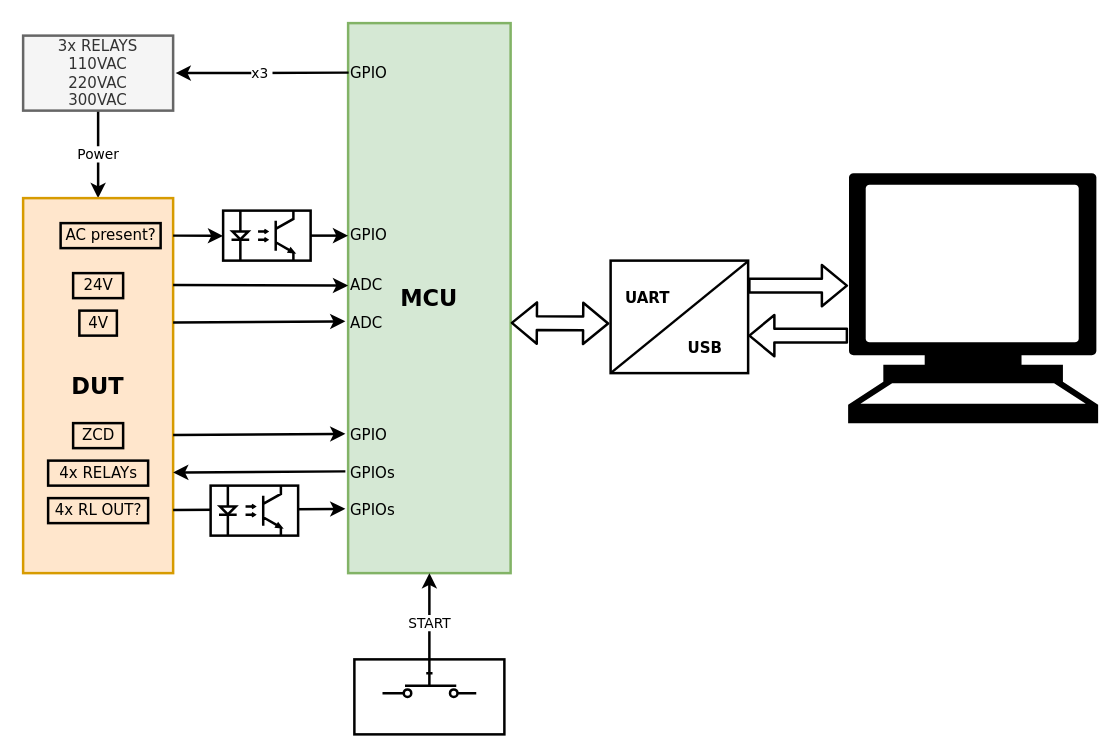
This is Copy of Detail of HW auto test tool.drawio from anhvanthe/01_my_drawio, a draw.io file, before an edit. Source tidied: cells renumbered, new cells numbered last; positions are measured from the earlier drawing's top-left corner, leaving out a move shared by most shapes. Both pictures are drawn from the tidied source at 125%, with x=0, y=0 at pixel (22, 22).
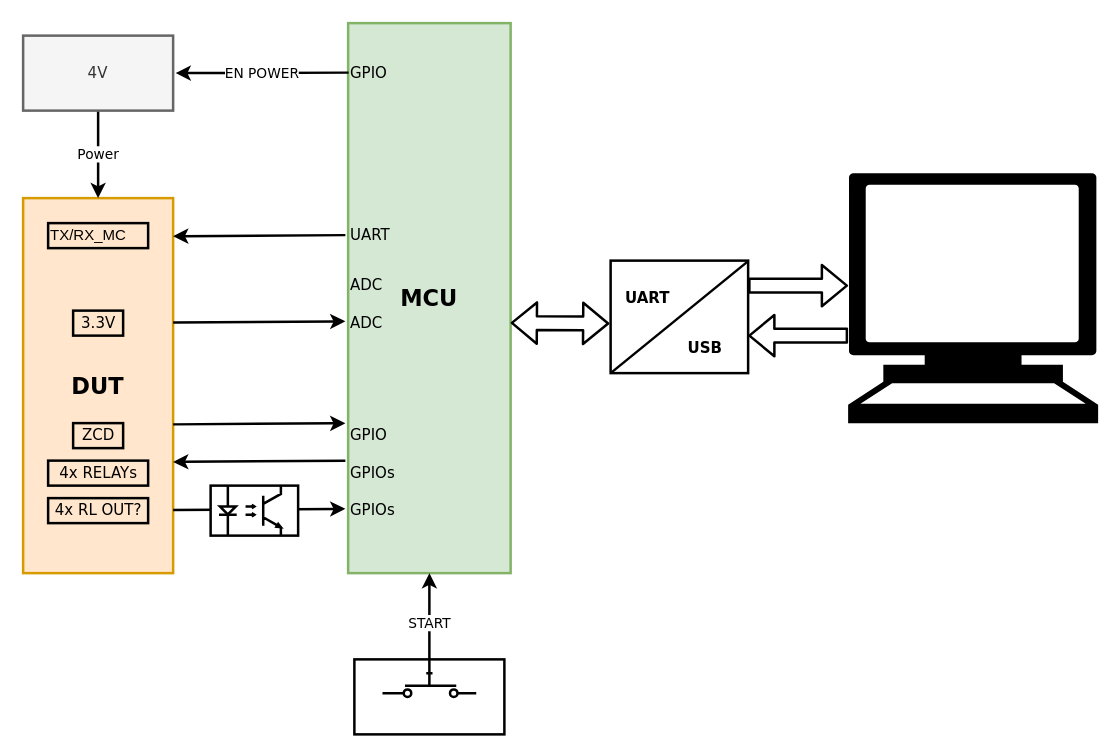
The same page after the edit.

Unchanged cells that the change refers to:
```xml
<mxCell id="3" value="&lt;font style=&quot;font-size: 18px&quot;&gt;&lt;b&gt;MCU&lt;/b&gt;&lt;/font&gt;" style="rounded=0;whiteSpace=wrap;html=1;fillColor=#d5e8d4;strokeColor=#82b366;fontFamily=Verdana;strokeWidth=2;" parent="1" vertex="1">
  <mxGeometry x="260" width="130" height="440" as="geometry" />
</mxCell>
<mxCell id="7" value="&lt;font style=&quot;font-size: 18px&quot;&gt;&lt;b&gt;DUT&lt;/b&gt;&lt;/font&gt;" style="rounded=0;whiteSpace=wrap;html=1;fillColor=#ffe6cc;strokeColor=#d79b00;fontFamily=Verdana;strokeWidth=2;" parent="1" vertex="1">
  <mxGeometry y="140" width="120" height="300" as="geometry" />
</mxCell>
<mxCell id="15" value="ADC" style="text;html=1;points=[];align=left;verticalAlign=top;spacingTop=-4;fontFamily=Verdana;strokeWidth=2;" parent="1" vertex="1">
  <mxGeometry x="260" y="200" width="40" height="20" as="geometry" />
</mxCell>
```

What changed in the source:
```diff
@@
-    <mxCell id="4" value="x3&amp;nbsp;" style="endArrow=classic;html=1;exitX=0.003;exitY=0.09;exitDx=0;exitDy=0;exitPerimeter=0;fontFamily=Verdana;strokeWidth=2;" parent="1" edge="1" source="3">
+    <mxCell id="4" value="EN POWER" style="endArrow=classic;html=1;exitX=0.003;exitY=0.09;exitDx=0;exitDy=0;exitPerimeter=0;fontFamily=Verdana;strokeWidth=2;" parent="1" edge="1" source="3">
       <mxGeometry relative="1" as="geometry">
         <mxPoint x="122" y="40" as="targetPoint" />
       </mxGeometry>
     </mxCell>
-    <mxCell id="5" value="Power" style="edgeStyle=orthogonalEdgeStyle;rounded=0;jettySize=auto;html=1;fontFamily=Verdana;strokeWidth=2;" parent="1" edge="1" source="6" target="7">
-      <mxGeometry relative="1" as="geometry" />
-    </mxCell>
-    <mxCell id="6" value="3x RELAYS&lt;br&gt;110VAC&lt;br&gt;220VAC&lt;br&gt;300VAC" style="rounded=0;whiteSpace=wrap;html=1;fillColor=#f5f5f5;strokeColor=#666666;fontColor=#333333;fontFamily=Verdana;strokeWidth=2;" parent="1" vertex="1">
-      <mxGeometry y="10" width="120" height="60" as="geometry" />
-    </mxCell>
@@
-    <mxCell id="8" value="AC present?" style="text;html=1;align=center;verticalAlign=top;spacingTop=-4;rounded=0;strokeColor=#000000;fontFamily=Verdana;strokeWidth=2;" parent="1" vertex="1">
-      <mxGeometry x="30" y="160" width="80" height="20" as="geometry" />
-    </mxCell>
-    <mxCell id="9" style="verticalLabelPosition=bottom;shadow=0;dashed=0;align=center;fillColor=#ffffff;html=1;verticalAlign=top;strokeWidth=2;shape=mxgraph.electrical.opto_electronics.opto-coupler;fontFamily=Verdana;" parent="1" vertex="1">
-      <mxGeometry x="160" y="150" width="70" height="40" as="geometry" />
-    </mxCell>
-    <mxCell id="10" style="endArrow=classic;html=1;fontFamily=Verdana;strokeWidth=2;" parent="1" edge="1" target="12">
-      <mxGeometry relative="1" as="geometry">
-        <mxPoint x="230" y="170" as="sourcePoint" />
-      </mxGeometry>
-    </mxCell>
-    <mxCell id="11" style="endArrow=classic;html=1;entryX=0;entryY=0.505;entryDx=0;entryDy=0;entryPerimeter=0;fontFamily=Verdana;strokeWidth=2;" parent="1" edge="1" target="9">
-      <mxGeometry relative="1" as="geometry">
-        <mxPoint x="120" y="170" as="sourcePoint" />
-      </mxGeometry>
-    </mxCell>
-    <mxCell id="12" value="GPIO" style="text;html=1;points=[];align=left;verticalAlign=top;spacingTop=-4;fontFamily=Verdana;strokeWidth=2;" parent="1" vertex="1">
+    <mxCell id="12" value="UART" style="text;html=1;points=[];align=left;verticalAlign=top;spacingTop=-4;fontFamily=Verdana;strokeWidth=2;" parent="1" vertex="1">
       <mxGeometry x="260" y="160" width="50" height="20" as="geometry" />
     </mxCell>
-    <mxCell id="13" value="24V" style="text;html=1;align=center;verticalAlign=top;spacingTop=-4;rounded=0;fillColor=none;strokeColor=#000000;fontFamily=Verdana;strokeWidth=2;" parent="1" vertex="1">
-      <mxGeometry x="40" y="200" width="40" height="20" as="geometry" />
-    </mxCell>
-    <mxCell id="14" style="endArrow=classic;html=1;fontFamily=Verdana;strokeWidth=2;" parent="1" edge="1" target="15">
-      <mxGeometry relative="1" as="geometry">
-        <mxPoint x="120" y="209.5" as="sourcePoint" />
-      </mxGeometry>
-    </mxCell>
@@
-    <mxCell id="16" value="4V" style="text;html=1;align=center;verticalAlign=top;spacingTop=-4;rounded=0;fillColor=none;strokeColor=#000000;fontFamily=Verdana;strokeWidth=2;" parent="1" vertex="1">
-      <mxGeometry x="45" y="230" width="30" height="20" as="geometry" />
+    <mxCell id="16" value="3.3V" style="text;html=1;align=center;verticalAlign=top;spacingTop=-4;rounded=0;fillColor=none;strokeColor=#000000;fontFamily=Verdana;strokeWidth=2;" parent="1" vertex="1">
+      <mxGeometry x="40" y="230" width="40" height="20" as="geometry" />
     </mxCell>
@@
     <mxCell id="20" style="endArrow=classic;html=1;entryX=-0.018;entryY=0.342;entryDx=0;entryDy=0;entryPerimeter=0;fontFamily=Verdana;strokeWidth=2;" parent="1" edge="1">
       <mxGeometry relative="1" as="geometry">
-        <mxPoint x="120" y="329.5" as="sourcePoint" />
-        <mxPoint x="257.8" y="328.6" as="targetPoint" />
+        <mxPoint x="120" y="321" as="sourcePoint" />
+        <mxPoint x="257.8" y="320.1" as="targetPoint" />
       </mxGeometry>
     </mxCell>
@@
     <mxCell id="23" style="endArrow=classic;html=1;entryX=-0.018;entryY=0.342;entryDx=0;entryDy=0;entryPerimeter=0;fontFamily=Verdana;strokeWidth=2;" parent="1" edge="1">
       <mxGeometry relative="1" as="geometry">
-        <mxPoint x="257.8" y="358.6" as="sourcePoint" />
-        <mxPoint x="120" y="359.5" as="targetPoint" />
+        <mxPoint x="257.8" y="350.1" as="sourcePoint" />
+        <mxPoint x="120" y="351" as="targetPoint" />
       </mxGeometry>
     </mxCell>
@@
+    <mxCell id="5" value="Power" style="edgeStyle=orthogonalEdgeStyle;rounded=0;jettySize=auto;html=1;fontFamily=Verdana;strokeWidth=2;" parent="1" edge="1" source="40">
+      <mxGeometry relative="1" as="geometry">
+        <mxPoint x="60" y="140" as="targetPoint" />
+      </mxGeometry>
+    </mxCell>
+    <mxCell id="40" value="4V" style="rounded=0;whiteSpace=wrap;html=1;fillColor=#f5f5f5;strokeColor=#666666;fontColor=#333333;fontFamily=Verdana;strokeWidth=2;" parent="1" vertex="1">
+      <mxGeometry y="10" width="120" height="60" as="geometry" />
+    </mxCell>
+    <mxCell id="41" style="endArrow=classic;html=1;entryX=-0.018;entryY=0.342;entryDx=0;entryDy=0;entryPerimeter=0;fontFamily=Verdana;strokeWidth=2;" parent="1" edge="1">
+      <mxGeometry relative="1" as="geometry">
+        <mxPoint x="257.8" y="169.6" as="sourcePoint" />
+        <mxPoint x="120" y="170.5" as="targetPoint" />
+      </mxGeometry>
+    </mxCell>
+    <mxCell id="42" value="TX/RX_MC" style="text;html=1;align=left;verticalAlign=top;spacingTop=-4;strokeColor=#000000;strokeWidth=2;" parent="1" vertex="1">
+      <mxGeometry x="20" y="160" width="80" height="20" as="geometry" />
+    </mxCell>
```
